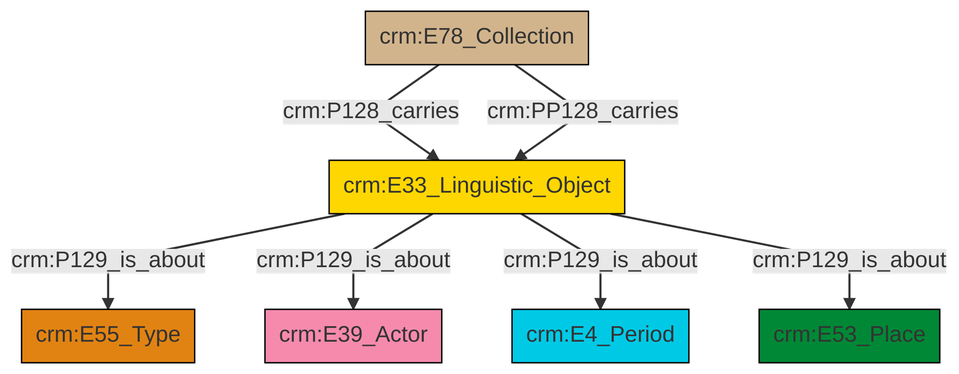
Above: et/archivalCSV/ttl/mmd/png/archival_aboutness.png in swiss-art-research-net/docs.swissartresearch (Mermaid), before the change. Its source is kept beside it as et/archivalCSV/ttl/mmd/archival_aboutness.ttl.mmd.
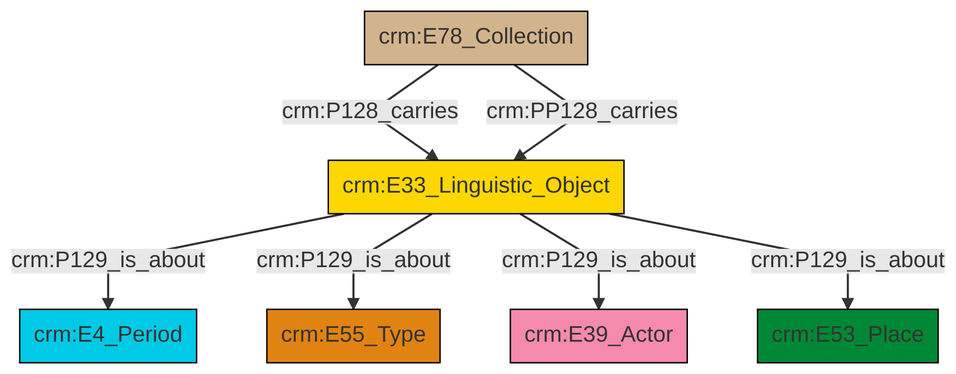
After the commit.

Diff of the diagram source:
```diff
@@ -13,9 +13,9 @@
 classDef PC_Classes fill:#4ce600, stroke:#000000;
 classDef Multi fill:#cccccc,stroke:#000000;
 
-2["crm:E78_Collection"]:::Physical_Thing -->|crm:P128_carries| 4["crm:E33_Linguistic_Object"]:::Conceptual_Object
-4["crm:E33_Linguistic_Object"]:::Conceptual_Object -->|crm:P129_is_about| 5["crm:E55_Type"]:::Type
-4["crm:E33_Linguistic_Object"]:::Conceptual_Object -->|crm:P129_is_about| 6["crm:E39_Actor"]:::Actor
-2["crm:E78_Collection"]:::Physical_Thing -->|crm:PP128_carries| 4["crm:E33_Linguistic_Object"]:::Conceptual_Object
-4["crm:E33_Linguistic_Object"]:::Conceptual_Object -->|crm:P129_is_about| 0["crm:E4_Period"]:::Temporal_Entity
-4["crm:E33_Linguistic_Object"]:::Conceptual_Object -->|crm:P129_is_about| 7["crm:E53_Place"]:::Place
+0["crm:E33_Linguistic_Object"]:::Conceptual_Object -->|crm:P129_is_about| 1["crm:E4_Period"]:::Temporal_Entity
+0["crm:E33_Linguistic_Object"]:::Conceptual_Object -->|crm:P129_is_about| 2["crm:E55_Type"]:::Type
+0["crm:E33_Linguistic_Object"]:::Conceptual_Object -->|crm:P129_is_about| 7["crm:E39_Actor"]:::Actor
+3["crm:E78_Collection"]:::Physical_Thing -->|crm:P128_carries| 0["crm:E33_Linguistic_Object"]:::Conceptual_Object
+3["crm:E78_Collection"]:::Physical_Thing -->|crm:PP128_carries| 0["crm:E33_Linguistic_Object"]:::Conceptual_Object
+0["crm:E33_Linguistic_Object"]:::Conceptual_Object -->|crm:P129_is_about| 8["crm:E53_Place"]:::Place
```
